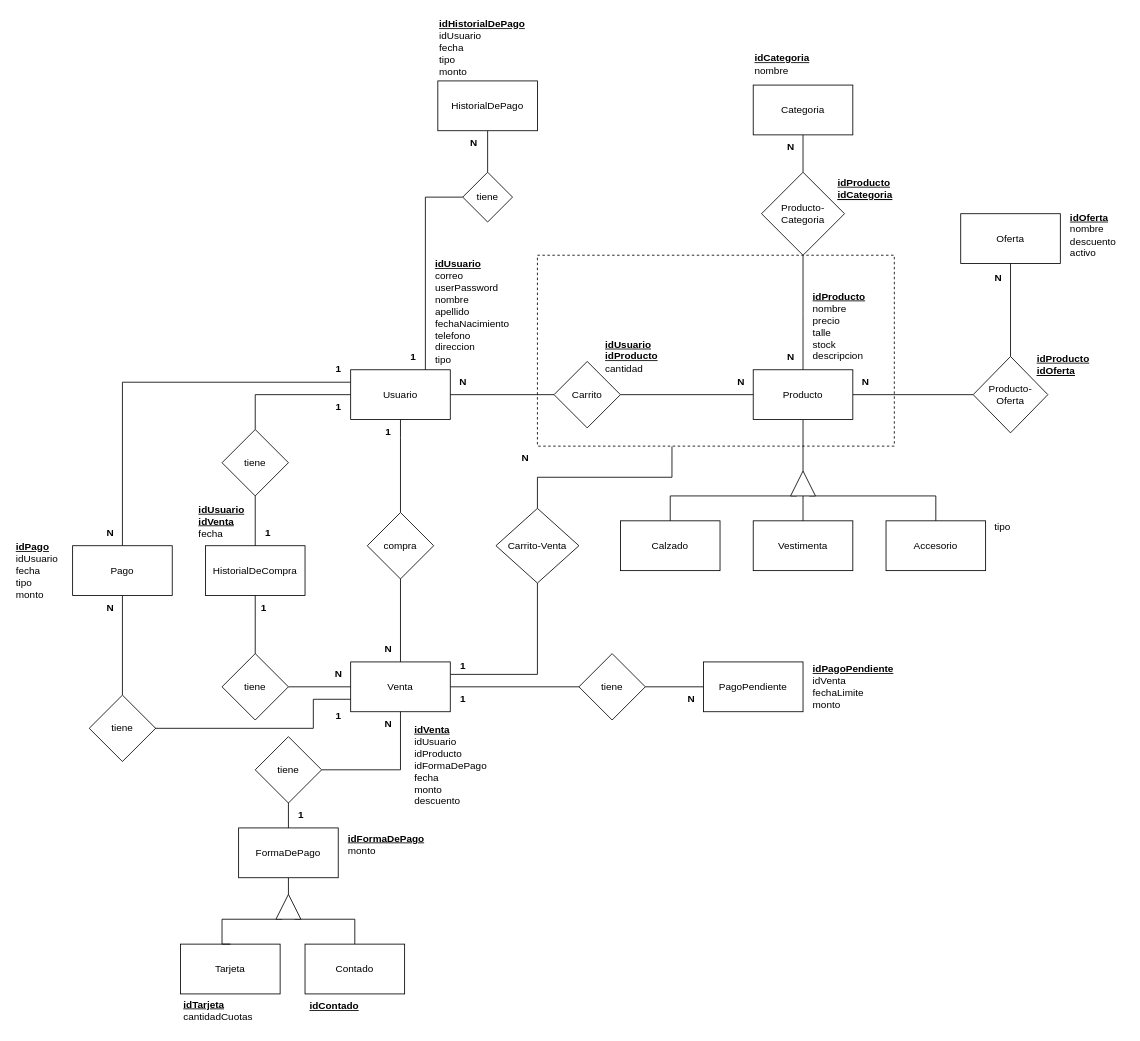
YolausGG/ProyectosReact-TrocheGodoy keeps this draw.io diagram as documentacion-Ecommerce/MEREcommerce.drawio. Above is the earlier version. Source tidied: cells renumbered, new cells numbered last; positions are measured from the earlier drawing's top-left corner, leaving out a move shared by most shapes. Both pictures are drawn from the tidied source at 83%, with x=0, y=0 at pixel (14, 14).
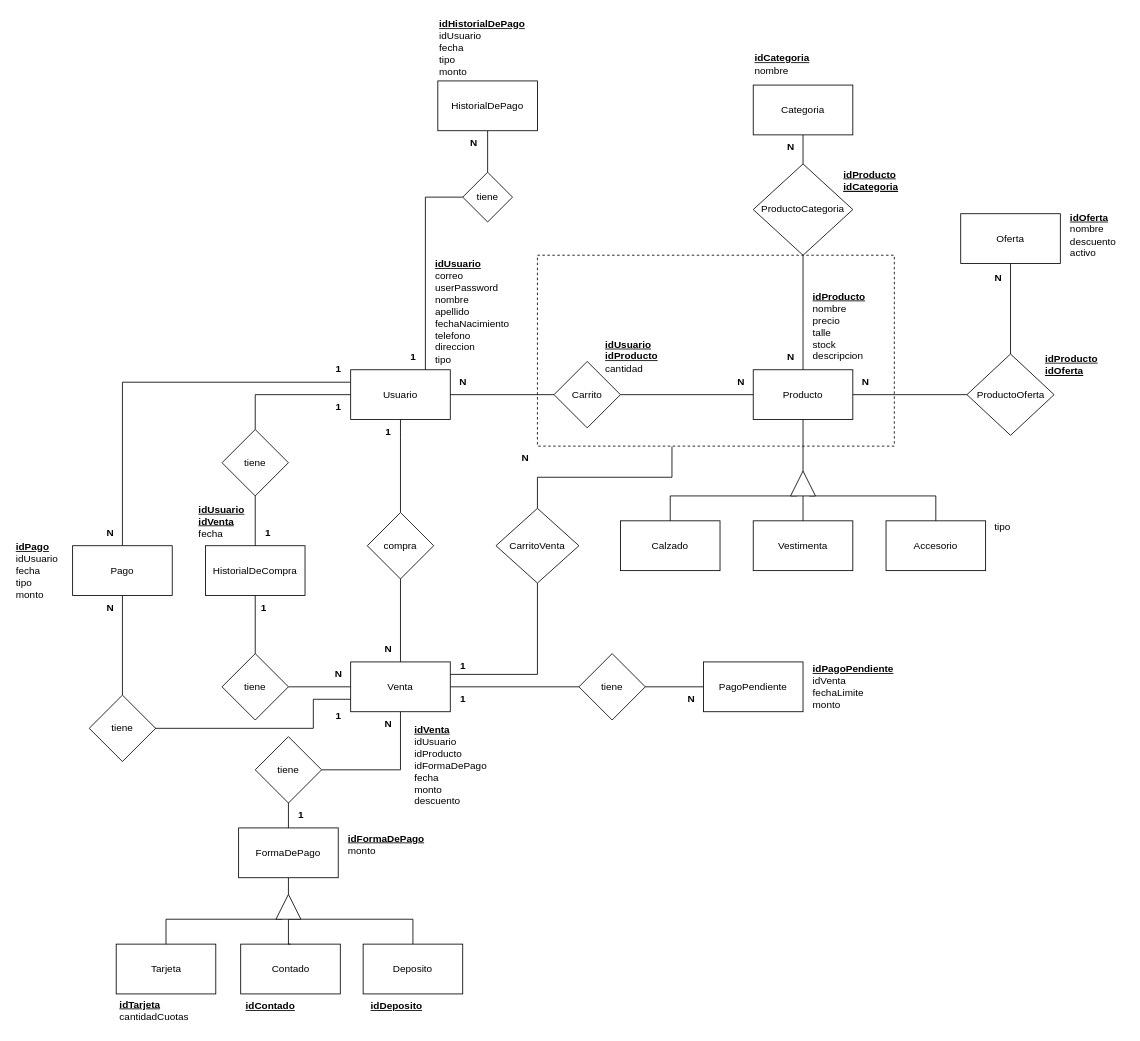
The same page after the edit.

Commit message (it also covers changes not shown here):
Actualizacion Deposito

The change refers to these unchanged cells:
```xml
<mxCell id="64" style="triangle;whiteSpace=wrap;html=1;rotation=-90;" parent="1" vertex="1">
  <mxGeometry x="315" y="1060" width="30" height="30" as="geometry" />
</mxCell>
```

What changed in the source:
```diff
@@
-    <mxCell id="33" value="Carrito-Venta" style="rhombus;whiteSpace=wrap;html=1;" parent="1" vertex="1">
+    <mxCell id="33" value="CarritoVenta" style="rhombus;whiteSpace=wrap;html=1;" parent="1" vertex="1">
       <mxGeometry x="580" y="595" width="100" height="90" as="geometry" />
     </mxCell>
@@
-    <mxCell id="39" value="Producto-Categoria" style="rhombus;whiteSpace=wrap;html=1;" parent="1" vertex="1">
-      <mxGeometry x="900" y="190" width="100" height="100" as="geometry" />
+    <mxCell id="39" value="ProductoCategoria" style="rhombus;whiteSpace=wrap;html=1;" parent="1" vertex="1">
+      <mxGeometry x="890" y="180" width="120" height="110" as="geometry" />
     </mxCell>
@@
     <mxCell id="45" value="&lt;div style=&quot;&quot;&gt;&lt;div style=&quot;border-color: var(--border-color);&quot;&gt;&lt;b style=&quot;background-color: initial; border-color: var(--border-color);&quot;&gt;&lt;u style=&quot;border-color: var(--border-color);&quot;&gt;&lt;font style=&quot;border-color: var(--border-color);&quot;&gt;idProducto&lt;/font&gt;&lt;/u&gt;&lt;/b&gt;&lt;br&gt;&lt;/div&gt;&lt;div style=&quot;border-color: var(--border-color);&quot;&gt;&lt;b style=&quot;background-color: initial; border-color: var(--border-color);&quot;&gt;&lt;u style=&quot;border-color: var(--border-color);&quot;&gt;&lt;font style=&quot;border-color: var(--border-color);&quot;&gt;&lt;b style=&quot;border-color: var(--border-color); background-color: initial;&quot;&gt;&lt;u style=&quot;border-color: var(--border-color);&quot;&gt;idCategoria&lt;/u&gt;&lt;/b&gt;&lt;br&gt;&lt;/font&gt;&lt;/u&gt;&lt;/b&gt;&lt;/div&gt;&lt;/div&gt;" style="text;html=1;strokeColor=none;fillColor=none;align=left;verticalAlign=middle;whiteSpace=wrap;rounded=0;" parent="1" vertex="1">
-      <mxGeometry x="990" y="200" width="50" height="20" as="geometry" />
+      <mxGeometry x="997" y="190" width="50" height="20" as="geometry" />
     </mxCell>
@@
     <mxCell id="60" value="Tarjeta" style="rounded=0;whiteSpace=wrap;html=1;" parent="1" vertex="1">
-      <mxGeometry x="200" y="1120" width="120" height="60" as="geometry" />
+      <mxGeometry x="122.5" y="1120" width="120" height="60" as="geometry" />
     </mxCell>
     <mxCell id="61" value="Contado" style="rounded=0;whiteSpace=wrap;html=1;" parent="1" vertex="1">
-      <mxGeometry x="350" y="1120" width="120" height="60" as="geometry" />
+      <mxGeometry x="272.5" y="1120" width="120" height="60" as="geometry" />
     </mxCell>
     <mxCell id="62" style="edgeStyle=orthogonalEdgeStyle;rounded=0;jettySize=auto;html=1;exitX=0;exitY=0.25;exitDx=0;exitDy=0;entryX=0.5;entryY=0;entryDx=0;entryDy=0;endArrow=none;endFill=0;" parent="1" edge="1" source="64" target="60">
       <mxGeometry relative="1" as="geometry">
         <Array as="points">
-          <mxPoint x="250" y="1090" />
+          <mxPoint x="183" y="1090" />
         </Array>
       </mxGeometry>
     </mxCell>
     <mxCell id="63" style="edgeStyle=orthogonalEdgeStyle;rounded=0;jettySize=auto;html=1;exitX=0;exitY=0.75;exitDx=0;exitDy=0;entryX=0.5;entryY=0;entryDx=0;entryDy=0;endArrow=none;endFill=0;" parent="1" edge="1" source="64" target="61">
       <mxGeometry relative="1" as="geometry">
         <Array as="points">
-          <mxPoint x="410" y="1090" />
+          <mxPoint x="330" y="1090" />
+          <mxPoint x="330" y="1120" />
         </Array>
       </mxGeometry>
     </mxCell>
+    <mxCell id="102" style="edgeStyle=orthogonalEdgeStyle;rounded=0;jettySize=auto;html=1;exitX=0;exitY=0.75;exitDx=0;exitDy=0;entryX=0.5;entryY=0;entryDx=0;entryDy=0;endArrow=none;endFill=0;" parent="1" edge="1" source="64" target="103">
+      <mxGeometry relative="1" as="geometry">
+        <Array as="points">
+          <mxPoint x="480" y="1090" />
+        </Array>
+      </mxGeometry>
+    </mxCell>
@@
     <mxCell id="65" value="&lt;div style=&quot;text-align: left;&quot;&gt;&lt;span style=&quot;background-color: initial;&quot;&gt;&lt;b&gt;&lt;u&gt;idTarjeta&lt;/u&gt;&lt;/b&gt;&lt;/span&gt;&lt;/div&gt;cantidadCuotas" style="text;html=1;align=center;verticalAlign=middle;strokeColor=none;fillColor=none;" parent="1" vertex="1">
-      <mxGeometry x="190" y="1180" width="110" height="40" as="geometry" />
+      <mxGeometry x="112.5" y="1180" width="110" height="40" as="geometry" />
     </mxCell>
@@
-    <mxCell id="75" value="Producto-&lt;br&gt;Oferta" style="rhombus;whiteSpace=wrap;html=1;" parent="1" vertex="1">
-      <mxGeometry x="1155" y="412" width="90" height="92" as="geometry" />
+    <mxCell id="75" value="ProductoOferta" style="rhombus;whiteSpace=wrap;html=1;" parent="1" vertex="1">
+      <mxGeometry x="1147.5" y="409" width="105" height="98" as="geometry" />
     </mxCell>
@@
     <mxCell id="79" value="&lt;div style=&quot;&quot;&gt;&lt;div style=&quot;border-color: var(--border-color);&quot;&gt;&lt;b style=&quot;background-color: initial; border-color: var(--border-color);&quot;&gt;&lt;u style=&quot;border-color: var(--border-color);&quot;&gt;&lt;font style=&quot;border-color: var(--border-color);&quot;&gt;idProducto&lt;/font&gt;&lt;/u&gt;&lt;/b&gt;&lt;br&gt;&lt;/div&gt;&lt;div style=&quot;border-color: var(--border-color);&quot;&gt;&lt;b style=&quot;background-color: initial; border-color: var(--border-color);&quot;&gt;&lt;u style=&quot;border-color: var(--border-color);&quot;&gt;&lt;font style=&quot;border-color: var(--border-color);&quot;&gt;&lt;b style=&quot;border-color: var(--border-color);&quot;&gt;&lt;u style=&quot;border-color: var(--border-color);&quot;&gt;idOferta&lt;/u&gt;&lt;/b&gt;&lt;br&gt;&lt;/font&gt;&lt;/u&gt;&lt;/b&gt;&lt;/div&gt;&lt;/div&gt;" style="text;html=1;strokeColor=none;fillColor=none;align=left;verticalAlign=middle;whiteSpace=wrap;rounded=0;" parent="1" vertex="1">
-      <mxGeometry x="1230" y="412" width="50" height="20" as="geometry" />
+      <mxGeometry x="1240" y="412" width="50" height="20" as="geometry" />
     </mxCell>
@@
     <mxCell id="101" value="&lt;div style=&quot;text-align: left;&quot;&gt;&lt;span style=&quot;background-color: initial;&quot;&gt;&lt;b&gt;&lt;u&gt;idContado&lt;/u&gt;&lt;/b&gt;&lt;/span&gt;&lt;/div&gt;" style="text;html=1;align=center;verticalAlign=middle;strokeColor=none;fillColor=none;" parent="1" vertex="1">
-      <mxGeometry x="345" y="1180" width="80" height="30" as="geometry" />
+      <mxGeometry x="267.5" y="1180" width="80" height="30" as="geometry" />
     </mxCell>
+    <mxCell id="103" value="Deposito" style="rounded=0;whiteSpace=wrap;html=1;" parent="1" vertex="1">
+      <mxGeometry x="420" y="1120" width="120" height="60" as="geometry" />
+    </mxCell>
+    <mxCell id="104" value="&lt;div style=&quot;text-align: left;&quot;&gt;&lt;span style=&quot;background-color: initial;&quot;&gt;&lt;b&gt;&lt;u&gt;idDeposito&lt;/u&gt;&lt;/b&gt;&lt;/span&gt;&lt;/div&gt;" style="text;html=1;align=center;verticalAlign=middle;strokeColor=none;fillColor=none;" parent="1" vertex="1">
+      <mxGeometry x="415" y="1180" width="90" height="30" as="geometry" />
+    </mxCell>
```
